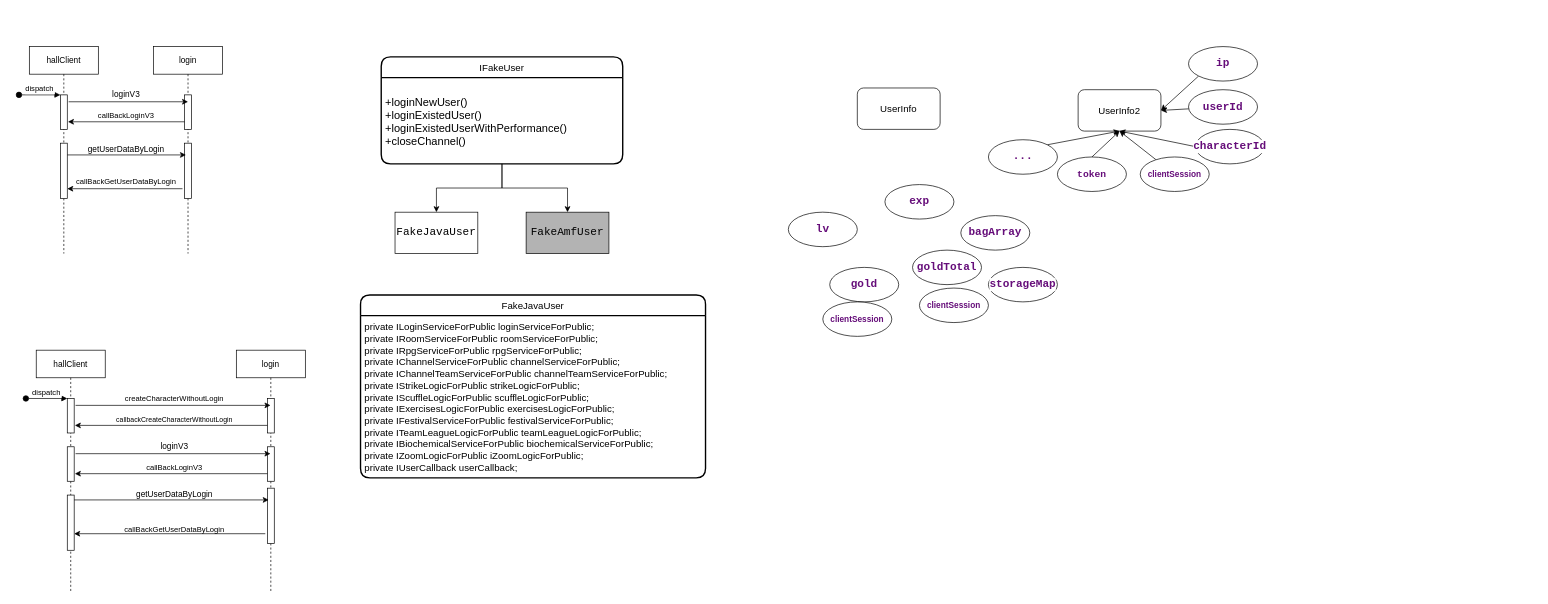
Before: 未命名绘图.drawio in Ordertiny/graph, a draw.io diagram. Source tidied: cells renumbered, new cells numbered last; positions are measured from the earlier drawing's top-left corner, leaving out a move shared by most shapes. Both pictures are drawn from the tidied source at 69%, with x=0, y=0 at pixel (19, 46).
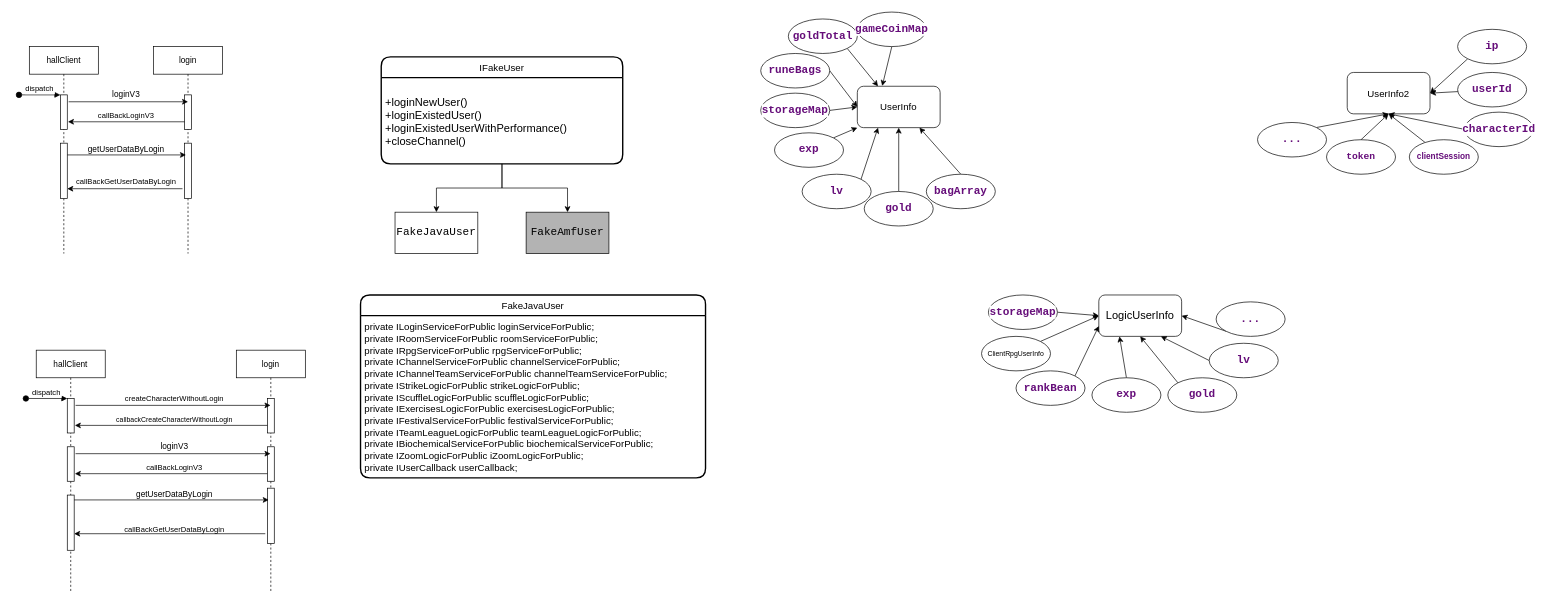
The same diagram, later.

Commit message (it also covers changes not shown here):
更新未命名绘图.drawio

What changed in the source:
```diff
@@
     <mxCell id="46" value="&lt;span&gt;UserInfo&lt;/span&gt;" style="rounded=1;whiteSpace=wrap;html=1;labelBackgroundColor=none;fontFamily=Helvetica;fontSize=14;fontColor=default;fillColor=#FFFFFF;" parent="1" vertex="1">
-      <mxGeometry x="1215" y="60" width="120" height="60" as="geometry" />
+      <mxGeometry x="1215" y="57.5" width="120" height="60" as="geometry" />
     </mxCell>
     <mxCell id="47" value="&lt;span&gt;UserInfo2&lt;/span&gt;" style="rounded=1;whiteSpace=wrap;html=1;labelBackgroundColor=none;fontFamily=Helvetica;fontSize=14;fontColor=default;fillColor=#FFFFFF;" parent="1" vertex="1">
-      <mxGeometry x="1535" y="62.5" width="120" height="60" as="geometry" />
+      <mxGeometry x="1925" y="37.5" width="120" height="60" as="geometry" />
     </mxCell>
@@
     <mxCell id="49" value="&lt;div style=&quot;background-color: rgb(255, 255, 255); font-size: 12px;&quot;&gt;&lt;span style=&quot;color: rgb(102, 14, 122); font-weight: bold; font-size: 12px;&quot;&gt;clientSession&lt;/span&gt;&lt;/div&gt;" style="ellipse;whiteSpace=wrap;html=1;labelBackgroundColor=none;fontFamily=Helvetica;fontSize=12;fontColor=default;fillColor=#FFFFFF;" parent="1" vertex="1">
-      <mxGeometry x="1625" y="160" width="100" height="50" as="geometry" />
+      <mxGeometry x="2015" y="135" width="100" height="50" as="geometry" />
     </mxCell>
@@
     <mxCell id="51" value="&lt;div style=&quot;background-color: rgb(255, 255, 255); font-size: 14px;&quot;&gt;&lt;pre style=&quot;font-size: 14px;&quot;&gt;&lt;span style=&quot;color: rgb(102, 14, 122); font-weight: bold; font-size: 14px;&quot;&gt;token&lt;/span&gt;&lt;/pre&gt;&lt;/div&gt;" style="ellipse;whiteSpace=wrap;html=1;labelBackgroundColor=none;fontFamily=Helvetica;fontSize=14;fontColor=default;fillColor=#FFFFFF;" parent="1" vertex="1">
-      <mxGeometry x="1505" y="160" width="100" height="50" as="geometry" />
+      <mxGeometry x="1895" y="135" width="100" height="50" as="geometry" />
     </mxCell>
@@
     <mxCell id="53" value="&lt;div style=&quot;background-color: rgb(255 , 255 , 255) ; font-size: 14px&quot;&gt;&lt;pre style=&quot;font-size: 14px&quot;&gt;&lt;pre style=&quot;font-size: 12pt&quot;&gt;&lt;span style=&quot;color: #660e7a ; font-weight: bold&quot;&gt;ip&lt;/span&gt;&lt;/pre&gt;&lt;/pre&gt;&lt;/div&gt;" style="ellipse;whiteSpace=wrap;html=1;labelBackgroundColor=none;fontFamily=Helvetica;fontSize=14;fontColor=default;fillColor=#FFFFFF;" parent="1" vertex="1">
-      <mxGeometry x="1695" width="100" height="50" as="geometry" />
+      <mxGeometry x="2085" y="-25" width="100" height="50" as="geometry" />
     </mxCell>
@@
     <mxCell id="55" value="&lt;div style=&quot;background-color: rgb(255 , 255 , 255) ; font-size: 14px&quot;&gt;&lt;pre style=&quot;font-size: 14px&quot;&gt;&lt;pre style=&quot;font-size: 12pt&quot;&gt;&lt;span style=&quot;color: #660e7a ; font-weight: bold&quot;&gt;characterId&lt;/span&gt;&lt;/pre&gt;&lt;/pre&gt;&lt;/div&gt;" style="ellipse;whiteSpace=wrap;html=1;labelBackgroundColor=none;fontFamily=Helvetica;fontSize=14;fontColor=default;fillColor=#FFFFFF;" parent="1" vertex="1">
-      <mxGeometry x="1705" y="120" width="100" height="50" as="geometry" />
+      <mxGeometry x="2095" y="95" width="100" height="50" as="geometry" />
     </mxCell>
@@
     <mxCell id="57" value="&lt;div style=&quot;background-color: rgb(255 , 255 , 255) ; font-size: 14px&quot;&gt;&lt;pre style=&quot;font-size: 14px&quot;&gt;&lt;pre style=&quot;font-size: 12pt&quot;&gt;&lt;span style=&quot;color: #660e7a ; font-weight: bold&quot;&gt;userId&lt;/span&gt;&lt;/pre&gt;&lt;/pre&gt;&lt;/div&gt;" style="ellipse;whiteSpace=wrap;html=1;labelBackgroundColor=none;fontFamily=Helvetica;fontSize=14;fontColor=default;fillColor=#FFFFFF;" parent="1" vertex="1">
-      <mxGeometry x="1695" y="62.5" width="100" height="50" as="geometry" />
+      <mxGeometry x="2085" y="37.5" width="100" height="50" as="geometry" />
     </mxCell>
@@
     <mxCell id="59" value="&lt;div style=&quot;background-color: rgb(255 , 255 , 255) ; font-size: 14px&quot;&gt;&lt;pre style=&quot;font-size: 14px&quot;&gt;&lt;pre style=&quot;font-size: 12pt&quot;&gt;&lt;span style=&quot;color: #660e7a ; font-weight: bold&quot;&gt;...&lt;/span&gt;&lt;/pre&gt;&lt;/pre&gt;&lt;/div&gt;" style="ellipse;whiteSpace=wrap;html=1;labelBackgroundColor=none;fontFamily=Helvetica;fontSize=14;fontColor=default;fillColor=#FFFFFF;" parent="1" vertex="1">
-      <mxGeometry x="1405" y="135" width="100" height="50" as="geometry" />
+      <mxGeometry x="1795" y="110" width="100" height="50" as="geometry" />
     </mxCell>
+    <mxCell id="68" style="edgeStyle=none;rounded=0;jettySize=auto;html=1;exitX=1;exitY=0;exitDx=0;exitDy=0;entryX=0.25;entryY=1;entryDx=0;entryDy=0;fontFamily=Helvetica;fontSize=14;fontColor=default;" parent="1" edge="1" source="60" target="46">
+      <mxGeometry relative="1" as="geometry" />
+    </mxCell>
     <mxCell id="60" value="&lt;div style=&quot;background-color: rgb(255 , 255 , 255) ; font-size: 12px&quot;&gt;&lt;pre style=&quot;font-size: 12pt&quot;&gt;&lt;span style=&quot;color: #660e7a ; font-weight: bold&quot;&gt;lv&lt;/span&gt;&lt;/pre&gt;&lt;/div&gt;" style="ellipse;whiteSpace=wrap;html=1;labelBackgroundColor=none;fontFamily=Helvetica;fontSize=12;fontColor=default;fillColor=#FFFFFF;" parent="1" vertex="1">
-      <mxGeometry x="1115" y="240" width="100" height="50" as="geometry" />
+      <mxGeometry x="1135" y="185" width="100" height="50" as="geometry" />
     </mxCell>
+    <mxCell id="69" style="edgeStyle=none;rounded=0;jettySize=auto;html=1;exitX=0.5;exitY=0;exitDx=0;exitDy=0;entryX=0.5;entryY=1;entryDx=0;entryDy=0;fontFamily=Helvetica;fontSize=14;fontColor=default;" parent="1" edge="1" source="61" target="46">
+      <mxGeometry relative="1" as="geometry" />
+    </mxCell>
     <mxCell id="61" value="&lt;div style=&quot;background-color: rgb(255 , 255 , 255) ; font-size: 12px&quot;&gt;&lt;pre style=&quot;font-size: 12pt&quot;&gt;&lt;span style=&quot;color: #660e7a ; font-weight: bold&quot;&gt;gold&lt;/span&gt;&lt;/pre&gt;&lt;/div&gt;" style="ellipse;whiteSpace=wrap;html=1;labelBackgroundColor=none;fontFamily=Helvetica;fontSize=12;fontColor=default;fillColor=#FFFFFF;" parent="1" vertex="1">
-      <mxGeometry x="1175" y="320" width="100" height="50" as="geometry" />
+      <mxGeometry x="1225" y="210" width="100" height="50" as="geometry" />
     </mxCell>
+    <mxCell id="70" style="edgeStyle=none;rounded=0;jettySize=auto;html=1;exitX=1;exitY=1;exitDx=0;exitDy=0;entryX=0.25;entryY=0;entryDx=0;entryDy=0;fontFamily=Helvetica;fontSize=14;fontColor=default;" parent="1" edge="1" source="62" target="46">
+      <mxGeometry relative="1" as="geometry" />
+    </mxCell>
     <mxCell id="62" value="&lt;div style=&quot;background-color: rgb(255 , 255 , 255) ; font-size: 12px&quot;&gt;&lt;pre style=&quot;font-size: 12pt&quot;&gt;&lt;span style=&quot;color: #660e7a ; font-weight: bold&quot;&gt;goldTotal&lt;/span&gt;&lt;/pre&gt;&lt;/div&gt;" style="ellipse;whiteSpace=wrap;html=1;labelBackgroundColor=none;fontFamily=Helvetica;fontSize=12;fontColor=default;fillColor=#FFFFFF;" parent="1" vertex="1">
-      <mxGeometry x="1295" y="295" width="100" height="50" as="geometry" />
+      <mxGeometry x="1115" y="-40" width="100" height="50" as="geometry" />
     </mxCell>
+    <mxCell id="71" style="edgeStyle=none;rounded=0;jettySize=auto;html=1;exitX=1;exitY=0;exitDx=0;exitDy=0;entryX=0;entryY=1;entryDx=0;entryDy=0;fontFamily=Helvetica;fontSize=14;fontColor=default;" parent="1" edge="1" source="63" target="46">
+      <mxGeometry relative="1" as="geometry" />
+    </mxCell>
     <mxCell id="63" value="&lt;div style=&quot;background-color: rgb(255 , 255 , 255) ; font-size: 12px&quot;&gt;&lt;pre style=&quot;font-size: 12pt&quot;&gt;&lt;span style=&quot;color: #660e7a ; font-weight: bold&quot;&gt;exp&lt;/span&gt;&lt;/pre&gt;&lt;/div&gt;" style="ellipse;whiteSpace=wrap;html=1;labelBackgroundColor=none;fontFamily=Helvetica;fontSize=12;fontColor=default;fillColor=#FFFFFF;" parent="1" vertex="1">
-      <mxGeometry x="1255" y="200" width="100" height="50" as="geometry" />
+      <mxGeometry x="1095" y="125" width="100" height="50" as="geometry" />
     </mxCell>
+    <mxCell id="72" style="edgeStyle=none;rounded=0;jettySize=auto;html=1;exitX=1;exitY=0.5;exitDx=0;exitDy=0;entryX=0;entryY=0.5;entryDx=0;entryDy=0;fontFamily=Helvetica;fontSize=14;fontColor=default;" parent="1" edge="1" source="64" target="46">
+      <mxGeometry relative="1" as="geometry" />
+    </mxCell>
-    <mxCell id="64" value="&lt;div style=&quot;background-color: rgb(255, 255, 255); font-size: 12px;&quot;&gt;&lt;span style=&quot;color: rgb(102, 14, 122); font-weight: bold; font-size: 12px;&quot;&gt;clientSession&lt;/span&gt;&lt;/div&gt;" style="ellipse;whiteSpace=wrap;html=1;labelBackgroundColor=none;fontFamily=Helvetica;fontSize=12;fontColor=default;fillColor=#FFFFFF;" parent="1" vertex="1">
-      <mxGeometry x="1165" y="370" width="100" height="50" as="geometry" />
+    <mxCell id="64" value="&lt;div style=&quot;background-color: rgb(255 , 255 , 255) ; font-size: 12px&quot;&gt;&lt;pre style=&quot;font-size: 12pt&quot;&gt;&lt;span style=&quot;color: #660e7a ; font-weight: bold&quot;&gt;runeBags&lt;/span&gt;&lt;/pre&gt;&lt;/div&gt;" style="ellipse;whiteSpace=wrap;html=1;labelBackgroundColor=none;fontFamily=Helvetica;fontSize=12;fontColor=default;fillColor=#FFFFFF;" parent="1" vertex="1">
+      <mxGeometry x="1075" y="10" width="100" height="50" as="geometry" />
     </mxCell>
+    <mxCell id="73" style="edgeStyle=none;rounded=0;jettySize=auto;html=1;exitX=0.5;exitY=1;exitDx=0;exitDy=0;entryX=0.301;entryY=-0.008;entryDx=0;entryDy=0;entryPerimeter=0;fontFamily=Helvetica;fontSize=14;fontColor=default;" parent="1" edge="1" source="65" target="46">
+      <mxGeometry relative="1" as="geometry" />
+    </mxCell>
-    <mxCell id="65" value="&lt;div style=&quot;background-color: rgb(255, 255, 255); font-size: 12px;&quot;&gt;&lt;span style=&quot;color: rgb(102, 14, 122); font-weight: bold; font-size: 12px;&quot;&gt;clientSession&lt;/span&gt;&lt;/div&gt;" style="ellipse;whiteSpace=wrap;html=1;labelBackgroundColor=none;fontFamily=Helvetica;fontSize=12;fontColor=default;fillColor=#FFFFFF;" parent="1" vertex="1">
-      <mxGeometry x="1305" y="350" width="100" height="50" as="geometry" />
+    <mxCell id="65" value="&lt;div style=&quot;background-color: rgb(255 , 255 , 255) ; font-size: 12px&quot;&gt;&lt;pre style=&quot;font-size: 12pt&quot;&gt;&lt;span style=&quot;color: #660e7a ; font-weight: bold&quot;&gt;gameCoinMap&lt;/span&gt;&lt;/pre&gt;&lt;/div&gt;" style="ellipse;whiteSpace=wrap;html=1;labelBackgroundColor=none;fontFamily=Helvetica;fontSize=12;fontColor=default;fillColor=#FFFFFF;" parent="1" vertex="1">
+      <mxGeometry x="1215" y="-50" width="100" height="50" as="geometry" />
     </mxCell>
+    <mxCell id="74" style="edgeStyle=none;rounded=0;jettySize=auto;html=1;exitX=0.5;exitY=0;exitDx=0;exitDy=0;entryX=0.75;entryY=1;entryDx=0;entryDy=0;fontFamily=Helvetica;fontSize=14;fontColor=default;" parent="1" edge="1" source="66" target="46">
+      <mxGeometry relative="1" as="geometry" />
+    </mxCell>
     <mxCell id="66" value="&lt;div style=&quot;background-color: rgb(255 , 255 , 255) ; font-size: 12px&quot;&gt;&lt;pre style=&quot;font-size: 12pt&quot;&gt;&lt;span style=&quot;color: #660e7a ; font-weight: bold&quot;&gt;bagArray&lt;/span&gt;&lt;/pre&gt;&lt;/div&gt;" style="ellipse;whiteSpace=wrap;html=1;labelBackgroundColor=none;fontFamily=Helvetica;fontSize=12;fontColor=default;fillColor=#FFFFFF;" parent="1" vertex="1">
-      <mxGeometry x="1365" y="245" width="100" height="50" as="geometry" />
+      <mxGeometry x="1315" y="185" width="100" height="50" as="geometry" />
     </mxCell>
+    <mxCell id="75" style="edgeStyle=none;rounded=0;jettySize=auto;html=1;exitX=1;exitY=0.5;exitDx=0;exitDy=0;entryX=0;entryY=0.5;entryDx=0;entryDy=0;fontFamily=Helvetica;fontSize=14;fontColor=default;" parent="1" edge="1" source="67" target="46">
+      <mxGeometry relative="1" as="geometry" />
+    </mxCell>
     <mxCell id="67" value="&lt;div style=&quot;background-color: rgb(255 , 255 , 255) ; font-size: 12px&quot;&gt;&lt;pre style=&quot;font-size: 12pt&quot;&gt;&lt;span style=&quot;color: #660e7a ; font-weight: bold&quot;&gt;storageMap&lt;/span&gt;&lt;/pre&gt;&lt;/div&gt;" style="ellipse;whiteSpace=wrap;html=1;labelBackgroundColor=none;fontFamily=Helvetica;fontSize=12;fontColor=default;fillColor=#FFFFFF;" parent="1" vertex="1">
-      <mxGeometry x="1405" y="320" width="100" height="50" as="geometry" />
+      <mxGeometry x="1075" y="67.5" width="100" height="50" as="geometry" />
     </mxCell>
+    <mxCell id="76" value="&lt;div style=&quot;background-color: rgb(255 , 255 , 255) ; font-size: 12pt&quot;&gt;LogicUserInfo&lt;/div&gt;" style="rounded=1;whiteSpace=wrap;html=1;labelBackgroundColor=none;fontFamily=Helvetica;fontSize=14;fontColor=default;fillColor=#FFFFFF;" parent="1" vertex="1">
+      <mxGeometry x="1565" y="360" width="120" height="60" as="geometry" />
+    </mxCell>
+    <mxCell id="77" style="edgeStyle=none;rounded=0;jettySize=auto;html=1;exitX=0;exitY=0.5;exitDx=0;exitDy=0;entryX=0.75;entryY=1;entryDx=0;entryDy=0;fontFamily=Helvetica;fontSize=10;fontColor=default;" parent="1" edge="1" source="78" target="76">
+      <mxGeometry relative="1" as="geometry" />
+    </mxCell>
+    <mxCell id="78" value="&lt;div style=&quot;background-color: rgb(255 , 255 , 255) ; font-size: 12px&quot;&gt;&lt;pre style=&quot;font-size: 12pt&quot;&gt;&lt;span style=&quot;color: #660e7a ; font-weight: bold&quot;&gt;lv&lt;/span&gt;&lt;/pre&gt;&lt;/div&gt;" style="ellipse;whiteSpace=wrap;html=1;labelBackgroundColor=none;fontFamily=Helvetica;fontSize=12;fontColor=default;fillColor=#FFFFFF;" parent="1" vertex="1">
+      <mxGeometry x="1725" y="430" width="100" height="50" as="geometry" />
+    </mxCell>
+    <mxCell id="79" style="edgeStyle=none;rounded=0;jettySize=auto;html=1;exitX=0;exitY=0;exitDx=0;exitDy=0;entryX=0.5;entryY=1;entryDx=0;entryDy=0;fontFamily=Helvetica;fontSize=10;fontColor=default;" parent="1" edge="1" source="80" target="76">
+      <mxGeometry relative="1" as="geometry" />
+    </mxCell>
+    <mxCell id="80" value="&lt;div style=&quot;background-color: rgb(255 , 255 , 255) ; font-size: 12px&quot;&gt;&lt;pre style=&quot;font-size: 12pt&quot;&gt;&lt;span style=&quot;color: #660e7a ; font-weight: bold&quot;&gt;gold&lt;/span&gt;&lt;/pre&gt;&lt;/div&gt;" style="ellipse;whiteSpace=wrap;html=1;labelBackgroundColor=none;fontFamily=Helvetica;fontSize=12;fontColor=default;fillColor=#FFFFFF;" parent="1" vertex="1">
+      <mxGeometry x="1665" y="480" width="100" height="50" as="geometry" />
+    </mxCell>
+    <mxCell id="81" style="edgeStyle=none;rounded=0;jettySize=auto;html=1;exitX=0.5;exitY=0;exitDx=0;exitDy=0;entryX=0.25;entryY=1;entryDx=0;entryDy=0;fontFamily=Helvetica;fontSize=10;fontColor=default;" parent="1" edge="1" source="82" target="76">
+      <mxGeometry relative="1" as="geometry" />
+    </mxCell>
+    <mxCell id="82" value="&lt;div style=&quot;background-color: rgb(255 , 255 , 255) ; font-size: 12px&quot;&gt;&lt;pre style=&quot;font-size: 12pt&quot;&gt;&lt;span style=&quot;color: #660e7a ; font-weight: bold&quot;&gt;exp&lt;/span&gt;&lt;/pre&gt;&lt;/div&gt;" style="ellipse;whiteSpace=wrap;html=1;labelBackgroundColor=none;fontFamily=Helvetica;fontSize=12;fontColor=default;fillColor=#FFFFFF;" parent="1" vertex="1">
+      <mxGeometry x="1555" y="480" width="100" height="50" as="geometry" />
+    </mxCell>
+    <mxCell id="83" style="edgeStyle=none;rounded=0;jettySize=auto;html=1;exitX=1;exitY=0;exitDx=0;exitDy=0;entryX=0;entryY=0.75;entryDx=0;entryDy=0;fontFamily=Helvetica;fontSize=10;fontColor=default;" parent="1" edge="1" source="84" target="76">
+      <mxGeometry relative="1" as="geometry" />
+    </mxCell>
+    <mxCell id="84" value="&lt;div style=&quot;background-color: rgb(255 , 255 , 255) ; font-size: 12px&quot;&gt;&lt;pre style=&quot;font-size: 12pt&quot;&gt;&lt;pre style=&quot;font-size: 12pt&quot;&gt;&lt;span style=&quot;color: #660e7a ; font-weight: bold&quot;&gt;rankBean&lt;/span&gt;&lt;/pre&gt;&lt;/pre&gt;&lt;/div&gt;" style="ellipse;whiteSpace=wrap;html=1;labelBackgroundColor=none;fontFamily=Helvetica;fontSize=12;fontColor=default;fillColor=#FFFFFF;" parent="1" vertex="1">
+      <mxGeometry x="1445" y="470" width="100" height="50" as="geometry" />
+    </mxCell>
+    <mxCell id="85" style="edgeStyle=none;rounded=0;jettySize=auto;html=1;exitX=1;exitY=0.5;exitDx=0;exitDy=0;entryX=0;entryY=0.5;entryDx=0;entryDy=0;fontFamily=Helvetica;fontSize=10;fontColor=default;" parent="1" edge="1" source="86" target="76">
+      <mxGeometry relative="1" as="geometry" />
+    </mxCell>
+    <mxCell id="86" value="&lt;div style=&quot;background-color: rgb(255 , 255 , 255) ; font-size: 12px&quot;&gt;&lt;pre style=&quot;font-size: 12pt&quot;&gt;&lt;span style=&quot;color: #660e7a ; font-weight: bold&quot;&gt;storageMap&lt;/span&gt;&lt;/pre&gt;&lt;/div&gt;" style="ellipse;whiteSpace=wrap;html=1;labelBackgroundColor=none;fontFamily=Helvetica;fontSize=12;fontColor=default;fillColor=#FFFFFF;" parent="1" vertex="1">
+      <mxGeometry x="1405" y="360" width="100" height="50" as="geometry" />
+    </mxCell>
+    <mxCell id="87" style="edgeStyle=none;rounded=0;jettySize=auto;html=1;exitX=0;exitY=1;exitDx=0;exitDy=0;entryX=1;entryY=0.5;entryDx=0;entryDy=0;fontFamily=Helvetica;fontSize=10;fontColor=default;" parent="1" edge="1" source="88" target="76">
+      <mxGeometry relative="1" as="geometry" />
+    </mxCell>
+    <mxCell id="88" value="&lt;div style=&quot;background-color: rgb(255 , 255 , 255) ; font-size: 14px&quot;&gt;&lt;pre style=&quot;font-size: 14px&quot;&gt;&lt;pre style=&quot;font-size: 12pt&quot;&gt;&lt;span style=&quot;color: #660e7a ; font-weight: bold&quot;&gt;...&lt;/span&gt;&lt;/pre&gt;&lt;/pre&gt;&lt;/div&gt;" style="ellipse;whiteSpace=wrap;html=1;labelBackgroundColor=none;fontFamily=Helvetica;fontSize=14;fontColor=default;fillColor=#FFFFFF;" parent="1" vertex="1">
+      <mxGeometry x="1735" y="370" width="100" height="50" as="geometry" />
+    </mxCell>
+    <mxCell id="89" style="edgeStyle=none;rounded=0;jettySize=auto;html=1;exitX=1;exitY=0;exitDx=0;exitDy=0;entryX=0;entryY=0.5;entryDx=0;entryDy=0;fontFamily=Helvetica;fontSize=10;fontColor=default;" parent="1" edge="1" source="90" target="76">
+      <mxGeometry relative="1" as="geometry" />
+    </mxCell>
+    <mxCell id="90" value="&lt;div style=&quot;background-color: rgb(255, 255, 255); font-size: 10px;&quot;&gt;&lt;div style=&quot;font-size: 10px;&quot;&gt;&lt;div style=&quot;font-size: 10px;&quot;&gt;&lt;div style=&quot;font-size: 10px;&quot;&gt;ClientRpgUserInfo&lt;/div&gt;&lt;/div&gt;&lt;/div&gt;&lt;/div&gt;" style="ellipse;whiteSpace=wrap;html=1;labelBackgroundColor=none;fontFamily=Helvetica;fontSize=10;fontColor=default;fillColor=#FFFFFF;" parent="1" vertex="1">
+      <mxGeometry x="1395" y="420" width="100" height="50" as="geometry" />
+    </mxCell>
```
